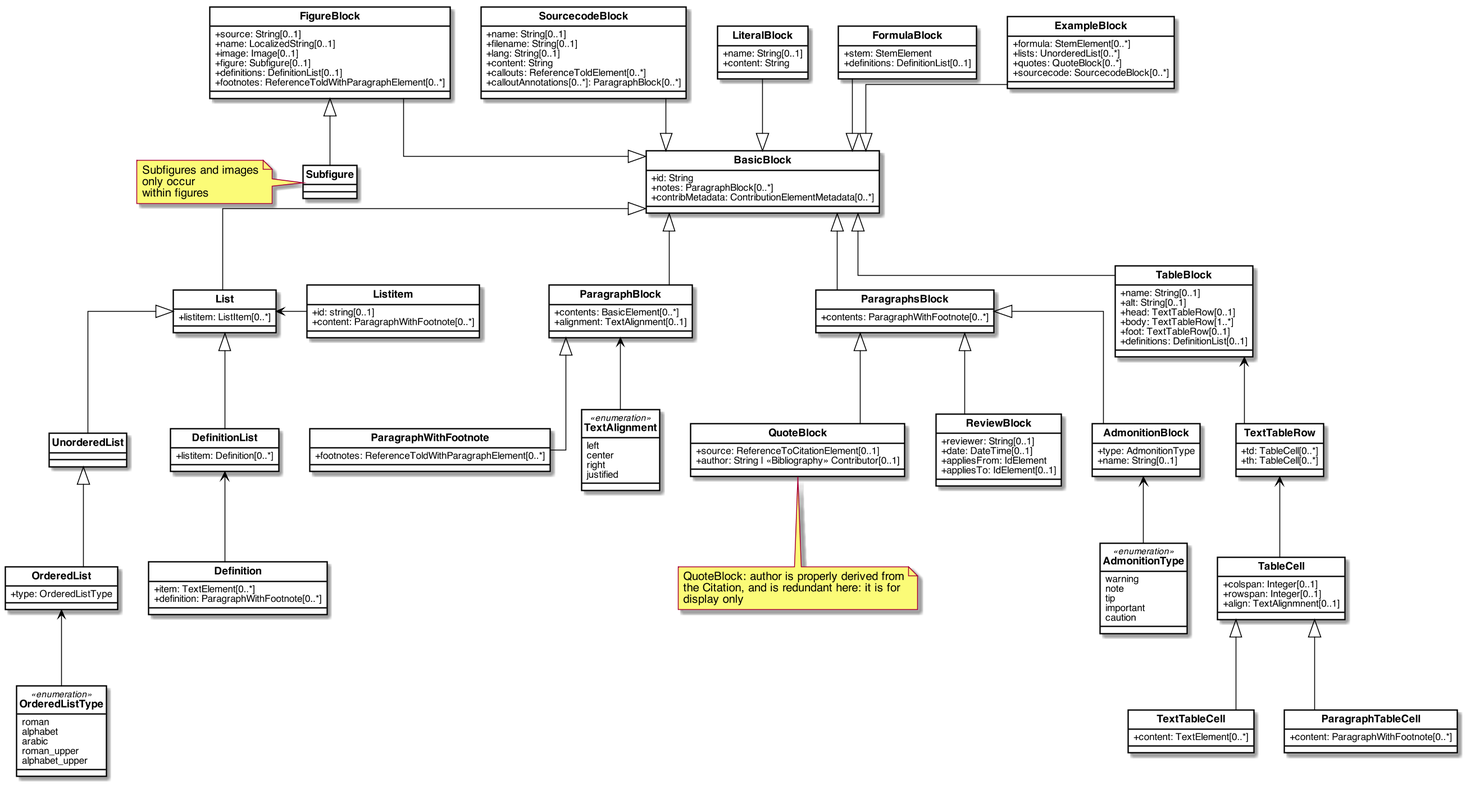
The PlantUML diagram images/Blocks.png in metanorma/basicdoc-models, before a commit.
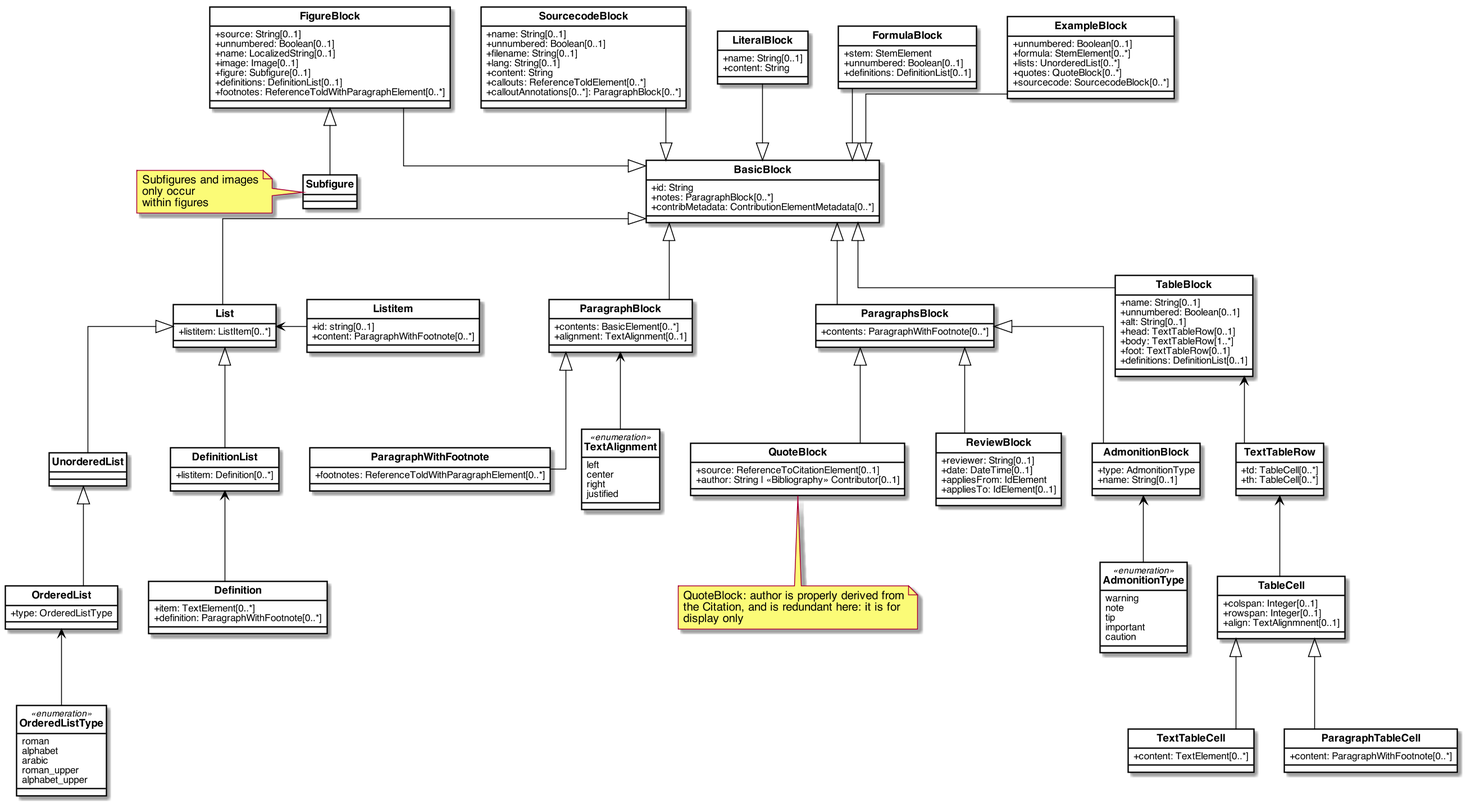
Later version of the same file.

Commit message:
allow unnumbered assets; https://github.com/metanorma/metanorma-standoc/issues/45

What changed in the source:
```diff
@@ -49,6 +49,7 @@
 
 class FigureBlock{
     +source: String[0..1]
+    +unnumbered: Boolean[0..1]
     +name: LocalizedString[0..1]
     +image: Image[0..1]
     +figure: Subfigure[0..1]
@@ -62,6 +63,7 @@
 
 class SourcecodeBlock{
     +name: String[0..1]
+    +unnumbered: Boolean[0..1]
     +filename: String[0..1]
     +lang: String[0..1]
     +content: String
@@ -76,10 +78,12 @@
 
 class FormulaBlock{
     +stem: StemElement
+    +unnumbered: Boolean[0..1]
     +definitions: DefinitionList[0..1]
 }
 
 class ExampleBlock{
+    +unnumbered: Boolean[0..1]
     +formula: StemElement[0..*]
     +lists: UnorderedList[0..*]
     +quotes: QuoteBlock[0..*]
@@ -106,6 +110,7 @@
 
 class TableBlock{
     +name: String[0..1]
+    +unnumbered: Boolean[0..1]
     +alt: String[0..1]
     +head: TextTableRow[0..1]
     +body: TextTableRow[1..*]
```
